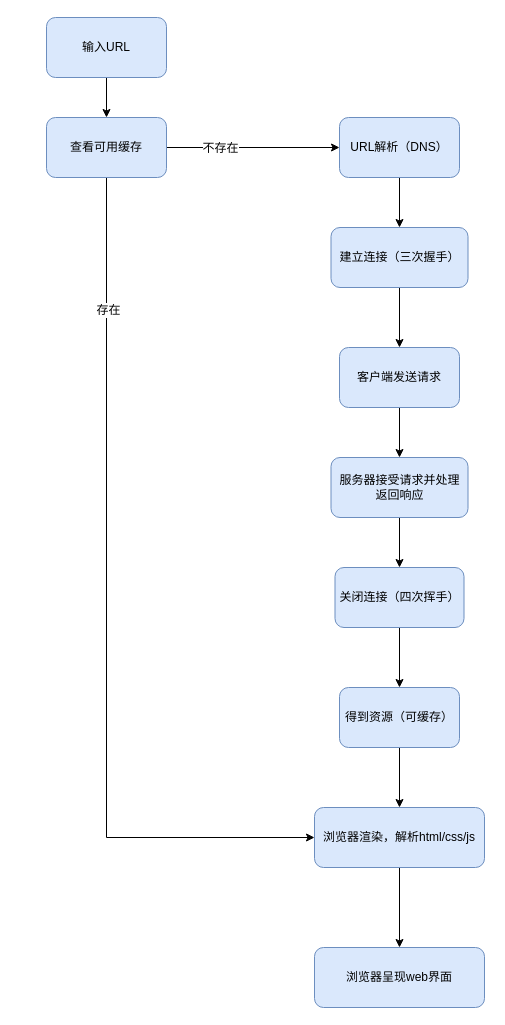
The draw.io diagram 图解前端基础入门概览/url到界面显示.drawio in iotzzh/graphical-front-end, before the edit. Source tidied: cells renumbered, new cells numbered last; positions are measured from the earlier drawing's top-left corner, leaving out a move shared by most shapes. Both pictures are drawn from the tidied source at 100%, with x=0, y=0 at pixel (46, 17).
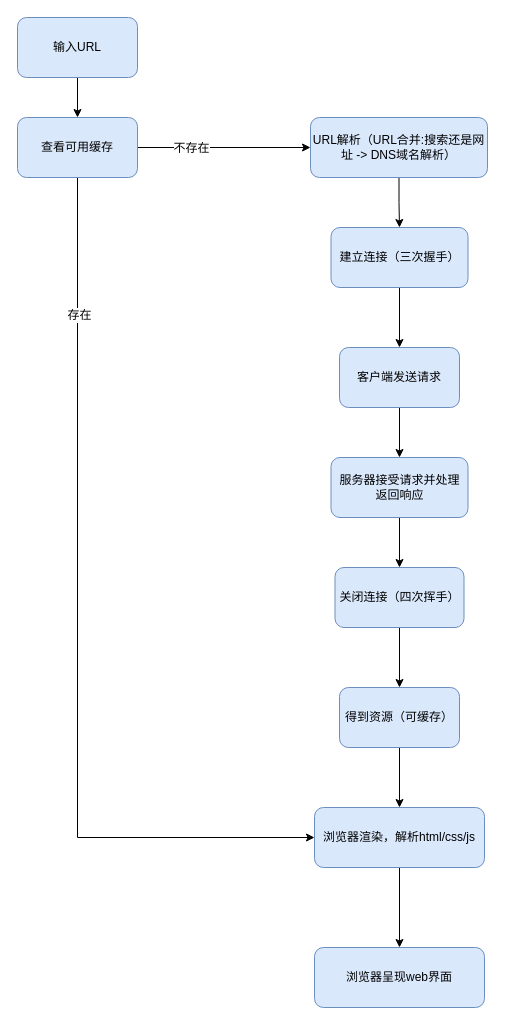
After the change.

Unchanged cells that the change refers to:
```xml
<mxCell id="22" value="浏览器渲染，解析html/css/js" style="rounded=1;whiteSpace=wrap;html=1;fillColor=#dae8fc;strokeColor=#6c8ebf;" parent="1" vertex="1">
  <mxGeometry x="268" y="790" width="170" height="60" as="geometry" />
</mxCell>
```

What changed in the source:
```diff
@@
     <mxCell id="3" value="输入URL" style="rounded=1;whiteSpace=wrap;html=1;fillColor=#dae8fc;strokeColor=#6c8ebf;" parent="1" vertex="1">
-      <mxGeometry width="120" height="60" as="geometry" />
+      <mxGeometry x="-29" width="120" height="60" as="geometry" />
     </mxCell>
@@
     <mxCell id="6" style="edgeStyle=orthogonalEdgeStyle;rounded=0;jettySize=auto;html=1;exitX=0.25;exitY=1;exitDx=0;exitDy=0;entryX=0;entryY=0.5;entryDx=0;entryDy=0;" parent="1" edge="1" source="8" target="22">
       <mxGeometry relative="1" as="geometry">
         <Array as="points">
-          <mxPoint x="60" y="160" />
-          <mxPoint x="60" y="820" />
+          <mxPoint x="31" y="160" />
+          <mxPoint x="31" y="820" />
         </Array>
       </mxGeometry>
     </mxCell>
@@
     <mxCell id="8" value="查看可用缓存" style="rounded=1;whiteSpace=wrap;html=1;fillColor=#dae8fc;strokeColor=#6c8ebf;" parent="1" vertex="1">
-      <mxGeometry y="100" width="120" height="60" as="geometry" />
+      <mxGeometry x="-29" y="100" width="120" height="60" as="geometry" />
     </mxCell>
@@
-    <mxCell id="10" value="URL解析（DNS）" style="rounded=1;whiteSpace=wrap;html=1;fillColor=#dae8fc;strokeColor=#6c8ebf;" parent="1" vertex="1">
-      <mxGeometry x="293" y="100" width="120" height="60" as="geometry" />
+    <mxCell id="10" value="URL解析（URL合并:搜索还是网址 -&amp;gt; DNS域名解析）" style="rounded=1;whiteSpace=wrap;html=1;fillColor=#dae8fc;strokeColor=#6c8ebf;" parent="1" vertex="1">
+      <mxGeometry x="264" y="100" width="177" height="60" as="geometry" />
     </mxCell>
```
